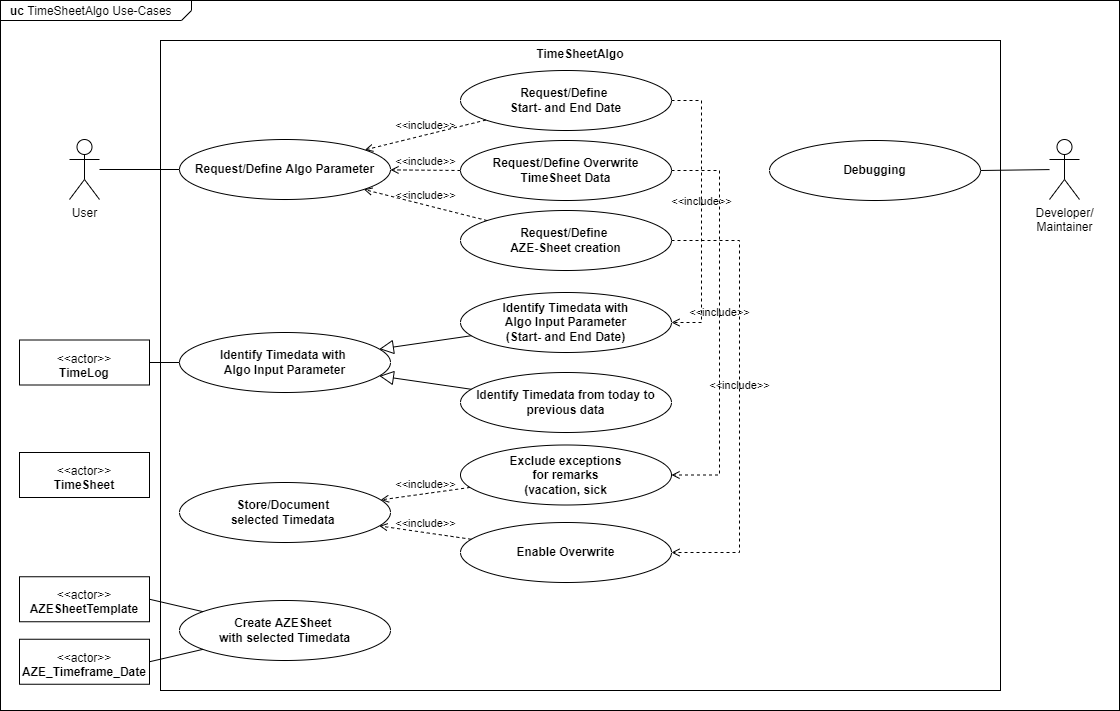
Above: 00_doc/Architecture_Models-01_Analysis_uc.drawio.png in DedeHa/TimeSheet (draw.io), before the change. Source tidied: cells renumbered, new cells last; positions are measured from the earlier drawing's top-left corner, leaving out a move shared by most shapes.
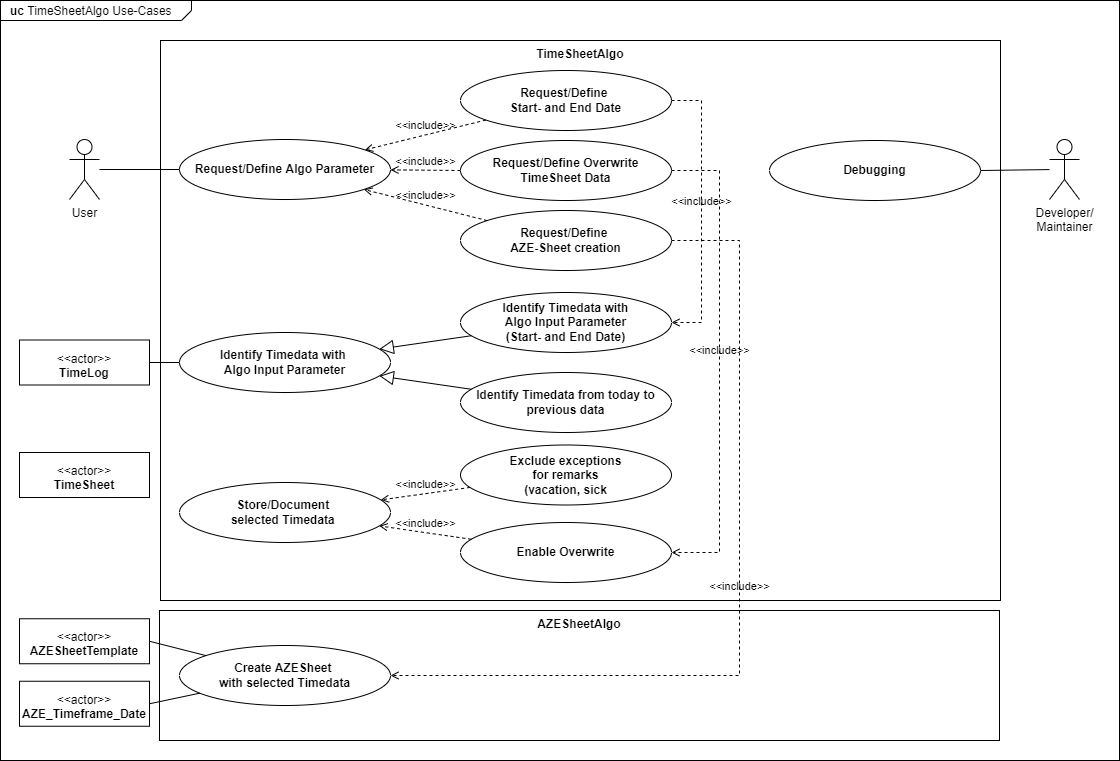
Above is the later version.

Commit message:
HOME-82 INF_D|UC Update

Diff of the diagram source:
```diff
@@ -3,7 +3,7 @@
     <mxCell id="0" />
     <mxCell id="1" parent="0" />
     <mxCell id="2" value="&lt;p style=&quot;margin: 0px ; margin-top: 4px ; margin-left: 10px ; text-align: left&quot;&gt;&lt;b&gt;uc&amp;nbsp;&lt;/b&gt;TimeSheetAlgo Use-Cases&lt;/p&gt;" style="html=1;strokeWidth=1;shape=mxgraph.sysml.package;labelX=191;align=left;spacingLeft=10;overflow=fill;" parent="1" vertex="1">
-      <mxGeometry width="1119" height="710" as="geometry" />
+      <mxGeometry width="1119" height="760" as="geometry" />
     </mxCell>
     <mxCell id="3" value="Developer/&lt;br&gt;Maintainer" style="shape=umlActor;html=1;verticalLabelPosition=bottom;verticalAlign=top;align=center;" parent="2" vertex="1">
       <mxGeometry x="1049" y="139" width="30" height="60" as="geometry" />
@@ -12,7 +12,7 @@
       <mxGeometry x="69" y="139" width="30" height="60" as="geometry" />
     </mxCell>
     <mxCell id="5" value="TimeSheetAlgo" style="shape=rect;html=1;verticalAlign=top;fontStyle=1;whiteSpace=wrap;align=center;" parent="2" vertex="1">
-      <mxGeometry x="160" y="40" width="840" height="650" as="geometry" />
+      <mxGeometry x="160" y="40" width="840" height="560" as="geometry" />
     </mxCell>
     <mxCell id="6" value="Request/Define Algo Parameter" style="shape=ellipse;html=1;strokeWidth=1;fontStyle=1;whiteSpace=wrap;align=center;perimeter=ellipsePerimeter;" parent="2" vertex="1">
       <mxGeometry x="179" y="139" width="211" height="60" as="geometry" />
@@ -23,18 +23,12 @@
     <mxCell id="8" value="&lt;p&gt;&amp;lt;&amp;lt;actor&amp;gt;&amp;gt;&lt;br&gt;&lt;b&gt;TimeSheet&lt;/b&gt;&lt;/p&gt;" style="shape=rect;html=1;overflow=fill;whiteSpace=wrap;align=center;" parent="2" vertex="1">
       <mxGeometry x="19" y="452" width="130" height="45" as="geometry" />
     </mxCell>
-    <mxCell id="9" value="&lt;p&gt;&amp;lt;&amp;lt;actor&amp;gt;&amp;gt;&lt;br&gt;&lt;b&gt;AZESheetTemplate&lt;/b&gt;&lt;/p&gt;" style="shape=rect;html=1;overflow=fill;whiteSpace=wrap;align=center;" parent="2" vertex="1">
-      <mxGeometry x="19" y="576.2" width="130" height="45" as="geometry" />
-    </mxCell>
     <mxCell id="10" value="&lt;p&gt;&amp;lt;&amp;lt;actor&amp;gt;&amp;gt;&lt;br&gt;&lt;b&gt;TimeLog&lt;/b&gt;&lt;/p&gt;" style="shape=rect;html=1;overflow=fill;whiteSpace=wrap;align=center;" parent="2" vertex="1">
       <mxGeometry x="19" y="339.5" width="130" height="45" as="geometry" />
     </mxCell>
     <mxCell id="11" value="Store/Document &lt;br&gt;selected Timedata&amp;nbsp;" style="shape=ellipse;html=1;strokeWidth=1;fontStyle=1;whiteSpace=wrap;align=center;perimeter=ellipsePerimeter;" parent="2" vertex="1">
       <mxGeometry x="179" y="482" width="211" height="60" as="geometry" />
     </mxCell>
-    <mxCell id="12" value="Create AZESheet &lt;br&gt;with selected Timedata" style="shape=ellipse;html=1;strokeWidth=1;fontStyle=1;whiteSpace=wrap;align=center;perimeter=ellipsePerimeter;strokeColor=default;" parent="2" vertex="1">
-      <mxGeometry x="179" y="600" width="211" height="60" as="geometry" />
-    </mxCell>
     <mxCell id="13" value="Request/Define &lt;br&gt;Start- and End Date" style="shape=ellipse;html=1;strokeWidth=1;fontStyle=1;whiteSpace=wrap;align=center;perimeter=ellipsePerimeter;" parent="2" vertex="1">
       <mxGeometry x="460" y="70" width="211" height="60" as="geometry" />
     </mxCell>
@@ -44,9 +38,6 @@
     <mxCell id="15" style="edgeStyle=none;html=1;endArrow=none;verticalAlign=bottom;rounded=0;" parent="2" edge="1" source="4" target="6">
       <mxGeometry relative="1" as="geometry" />
     </mxCell>
-    <mxCell id="16" value="&lt;p&gt;&amp;lt;&amp;lt;actor&amp;gt;&amp;gt;&lt;br&gt;&lt;b&gt;AZE_Timeframe_Date&lt;/b&gt;&lt;/p&gt;" style="shape=rect;html=1;overflow=fill;whiteSpace=wrap;align=center;" parent="2" vertex="1">
-      <mxGeometry x="19" y="638.8" width="130" height="45" as="geometry" />
-    </mxCell>
     <mxCell id="17" value="Identify Timedata with&lt;br&gt;Algo Input Parameter&lt;br&gt;(Start- and End Date)" style="shape=ellipse;html=1;strokeWidth=1;fontStyle=1;whiteSpace=wrap;align=center;perimeter=ellipsePerimeter;" parent="2" vertex="1">
       <mxGeometry x="460" y="292" width="211" height="60" as="geometry" />
     </mxCell>
@@ -71,25 +62,17 @@
     <mxCell id="24" value="&amp;lt;&amp;lt;include&amp;gt;&amp;gt;" style="edgeStyle=entityRelationEdgeStyle;html=1;endArrow=open;verticalAlign=bottom;dashed=1;labelBackgroundColor=none;rounded=0;exitX=1;exitY=0.5;exitDx=0;exitDy=0;" parent="2" edge="1" source="13" target="17">
       <mxGeometry x="-0.01" relative="1" as="geometry" />
     </mxCell>
-    <mxCell id="25" value="&amp;lt;&amp;lt;include&amp;gt;&amp;gt;" style="edgeStyle=orthogonalEdgeStyle;html=1;endArrow=open;verticalAlign=bottom;dashed=1;labelBackgroundColor=none;rounded=0;exitX=1;exitY=0.5;exitDx=0;exitDy=0;entryX=1;entryY=0.5;entryDx=0;entryDy=0;elbow=vertical;" parent="2" edge="1" source="22" target="23">
+    <mxCell id="25" value="&amp;lt;&amp;lt;include&amp;gt;&amp;gt;" style="edgeStyle=orthogonalEdgeStyle;html=1;endArrow=open;verticalAlign=bottom;dashed=1;labelBackgroundColor=none;rounded=0;exitX=1;exitY=0.5;exitDx=0;exitDy=0;entryX=1;entryY=0.5;entryDx=0;entryDy=0;elbow=vertical;" parent="2" edge="1" source="22" target="26">
       <mxGeometry x="-0.01" relative="1" as="geometry">
         <Array as="points">
           <mxPoint x="719" y="170" />
-          <mxPoint x="719" y="475" />
+          <mxPoint x="719" y="552" />
         </Array>
       </mxGeometry>
     </mxCell>
     <mxCell id="26" value="Enable Overwrite" style="shape=ellipse;html=1;strokeWidth=1;fontStyle=1;whiteSpace=wrap;align=center;perimeter=ellipsePerimeter;" parent="2" vertex="1">
       <mxGeometry x="460" y="522" width="211" height="60" as="geometry" />
     </mxCell>
-    <mxCell id="27" value="&amp;lt;&amp;lt;include&amp;gt;&amp;gt;" style="edgeStyle=orthogonalEdgeStyle;html=1;endArrow=open;verticalAlign=bottom;dashed=1;labelBackgroundColor=none;rounded=0;exitX=1;exitY=0.5;exitDx=0;exitDy=0;elbow=vertical;entryX=1;entryY=0.5;entryDx=0;entryDy=0;" parent="2" edge="1" source="14" target="26">
-      <mxGeometry x="-0.01" relative="1" as="geometry">
-        <Array as="points">
-          <mxPoint x="739" y="240" />
-          <mxPoint x="739" y="552" />
-        </Array>
-      </mxGeometry>
-    </mxCell>
     <mxCell id="28" value="&amp;lt;&amp;lt;include&amp;gt;&amp;gt;" style="edgeStyle=none;html=1;endArrow=open;verticalAlign=bottom;dashed=1;labelBackgroundColor=none;rounded=0;elbow=vertical;" parent="2" edge="1" source="23" target="11">
       <mxGeometry relative="1" as="geometry" />
     </mxCell>
@@ -111,11 +94,31 @@
     <mxCell id="34" style="edgeStyle=none;html=1;endArrow=none;verticalAlign=bottom;rounded=0;elbow=vertical;" parent="2" edge="1" source="33" target="3">
       <mxGeometry relative="1" as="geometry" />
     </mxCell>
+    <mxCell id="9" value="&lt;p&gt;&amp;lt;&amp;lt;actor&amp;gt;&amp;gt;&lt;br&gt;&lt;b&gt;AZESheetTemplate&lt;/b&gt;&lt;/p&gt;" style="shape=rect;html=1;overflow=fill;whiteSpace=wrap;align=center;" parent="2" vertex="1">
+      <mxGeometry x="19" y="618.2" width="130" height="45" as="geometry" />
+    </mxCell>
+    <mxCell id="16" value="&lt;p&gt;&amp;lt;&amp;lt;actor&amp;gt;&amp;gt;&lt;br&gt;&lt;b&gt;AZE_Timeframe_Date&lt;/b&gt;&lt;/p&gt;" style="shape=rect;html=1;overflow=fill;whiteSpace=wrap;align=center;" parent="2" vertex="1">
+      <mxGeometry x="19" y="680.8" width="130" height="45" as="geometry" />
+    </mxCell>
+    <mxCell id="37" value="AZESheetAlgo" style="shape=rect;html=1;verticalAlign=top;fontStyle=1;whiteSpace=wrap;align=center;" parent="1" vertex="1">
+      <mxGeometry x="159" y="610" width="840" height="130" as="geometry" />
+    </mxCell>
+    <mxCell id="12" value="Create AZESheet &lt;br&gt;with selected Timedata" style="shape=ellipse;html=1;strokeWidth=1;fontStyle=1;whiteSpace=wrap;align=center;perimeter=ellipsePerimeter;strokeColor=default;" parent="1" vertex="1">
+      <mxGeometry x="179" y="645" width="211" height="60" as="geometry" />
+    </mxCell>
-    <mxCell id="35" style="edgeStyle=none;html=1;endArrow=none;verticalAlign=bottom;rounded=0;exitX=1;exitY=0.5;exitDx=0;exitDy=0;" parent="2" edge="1" source="9" target="12">
+    <mxCell id="35" style="edgeStyle=none;html=1;endArrow=none;verticalAlign=bottom;rounded=0;exitX=1;exitY=0.5;exitDx=0;exitDy=0;" parent="1" edge="1" source="9" target="12">
       <mxGeometry relative="1" as="geometry" />
     </mxCell>
-    <mxCell id="36" style="edgeStyle=none;html=1;endArrow=none;verticalAlign=bottom;rounded=0;exitX=1;exitY=0.5;exitDx=0;exitDy=0;" parent="2" edge="1" source="16" target="12">
+    <mxCell id="36" style="edgeStyle=none;html=1;endArrow=none;verticalAlign=bottom;rounded=0;exitX=1;exitY=0.5;exitDx=0;exitDy=0;" parent="1" edge="1" source="16" target="12">
       <mxGeometry relative="1" as="geometry" />
     </mxCell>
+    <mxCell id="27" value="&amp;lt;&amp;lt;include&amp;gt;&amp;gt;" style="edgeStyle=orthogonalEdgeStyle;html=1;endArrow=open;verticalAlign=bottom;dashed=1;labelBackgroundColor=none;rounded=0;exitX=1;exitY=0.5;exitDx=0;exitDy=0;elbow=vertical;entryX=1;entryY=0.5;entryDx=0;entryDy=0;" parent="1" edge="1" source="14" target="12">
+      <mxGeometry x="-0.01" relative="1" as="geometry">
+        <Array as="points">
+          <mxPoint x="739" y="240" />
+          <mxPoint x="739" y="675" />
+        </Array>
+      </mxGeometry>
+    </mxCell>
   </root>
 </mxGraphModel>
```
